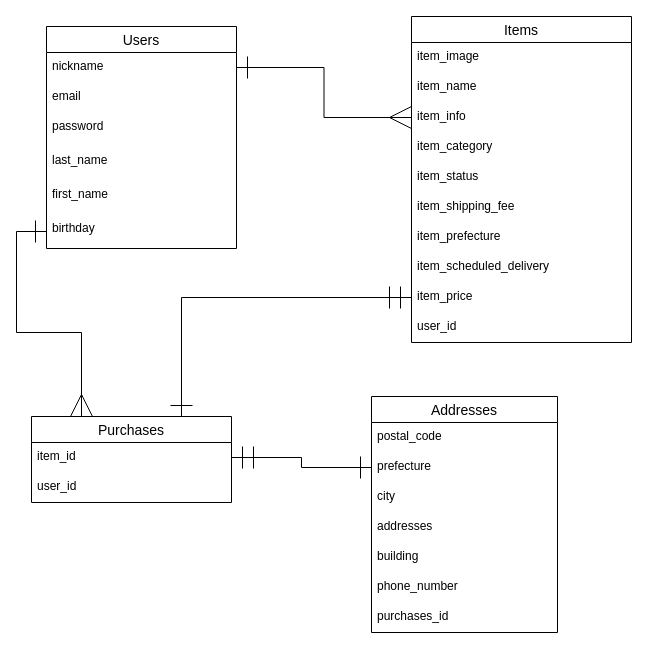
Above: ER.dio in Ryuji-Ichikawa/furima-35547 (draw.io), before the change. Source tidied: cells renumbered, new cells numbered last; positions are measured from the earlier drawing's top-left corner, leaving out a move shared by most shapes. Both pictures are drawn from the tidied source at 100%, with x=0, y=0 at pixel (31, 16).
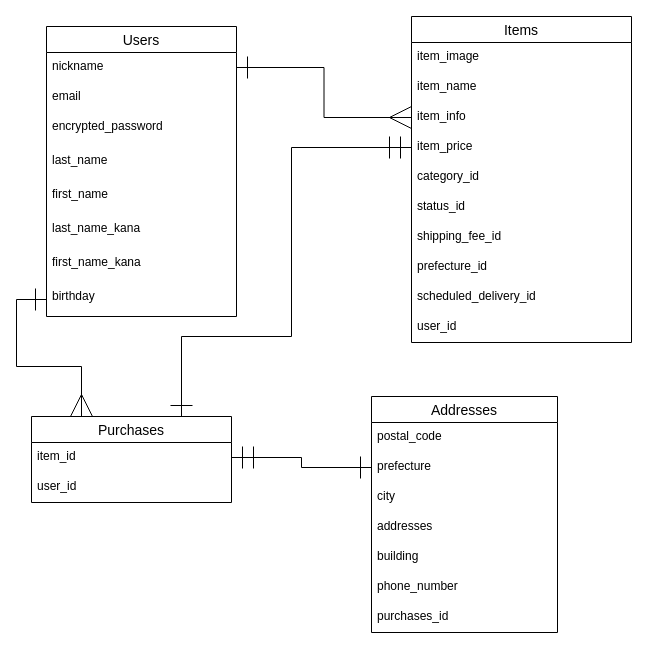
After the change.

Commit message (it also covers changes not shown here):
ER図、DB設計の修正

The change refers to these unchanged cells:
```xml
<mxCell id="9" value="Items" style="swimlane;fontStyle=0;horizontal=1;startSize=26;align=center;fontSize=14;" parent="1" vertex="1">
  <mxGeometry x="380" width="220" height="326" as="geometry" />
</mxCell>
<mxCell id="20" value="Purchases" style="swimlane;fontStyle=0;horizontal=1;startSize=26;align=center;fontSize=14;" parent="1" vertex="1">
  <mxGeometry y="400" width="200" height="86" as="geometry" />
</mxCell>
```

What changed in the source:
```diff
@@
     <mxCell id="2" value="Users" style="swimlane;fontStyle=0;horizontal=1;startSize=26;align=center;fontSize=14;" parent="1" vertex="1">
-      <mxGeometry x="15" y="10" width="190" height="222" as="geometry" />
+      <mxGeometry x="15" y="10" width="190" height="290" as="geometry" />
     </mxCell>
@@
-    <mxCell id="5" value="password" style="text;strokeColor=none;fillColor=none;spacingLeft=4;spacingRight=4;overflow=hidden;fontSize=12;" parent="2" vertex="1">
+    <mxCell id="5" value="encrypted_password" style="text;strokeColor=none;fillColor=none;spacingLeft=4;spacingRight=4;overflow=hidden;fontSize=12;" parent="2" vertex="1">
       <mxGeometry y="86" width="190" height="34" as="geometry" />
     </mxCell>
@@
+    <mxCell id="35" value="last_name_kana" style="text;strokeColor=none;fillColor=none;spacingLeft=4;spacingRight=4;overflow=hidden;fontSize=12;" parent="2" vertex="1">
+      <mxGeometry y="188" width="190" height="34" as="geometry" />
+    </mxCell>
+    <mxCell id="36" value="first_name_kana" style="text;strokeColor=none;fillColor=none;spacingLeft=4;spacingRight=4;overflow=hidden;fontSize=12;" parent="2" vertex="1">
+      <mxGeometry y="222" width="190" height="34" as="geometry" />
+    </mxCell>
     <mxCell id="8" value="birthday" style="text;strokeColor=none;fillColor=none;spacingLeft=4;spacingRight=4;overflow=hidden;points=[[0,0.5],[1,0.5]];portConstraint=eastwest;fontSize=12;" parent="2" vertex="1">
-      <mxGeometry y="188" width="190" height="34" as="geometry" />
+      <mxGeometry y="256" width="190" height="34" as="geometry" />
     </mxCell>
@@
+    <mxCell id="18" value="item_price" style="text;strokeColor=none;fillColor=none;spacingLeft=4;spacingRight=4;overflow=hidden;points=[[0,0.5],[1,0.5]];portConstraint=eastwest;fontSize=12;" parent="9" vertex="1">
+      <mxGeometry y="116" width="220" height="30" as="geometry" />
+    </mxCell>
-    <mxCell id="13" value="item_category" style="text;strokeColor=none;fillColor=none;spacingLeft=4;spacingRight=4;overflow=hidden;fontSize=12;" parent="9" vertex="1">
-      <mxGeometry y="116" width="220" height="30" as="geometry" />
+    <mxCell id="13" value="category_id" style="text;strokeColor=none;fillColor=none;spacingLeft=4;spacingRight=4;overflow=hidden;fontSize=12;" parent="9" vertex="1">
+      <mxGeometry y="146" width="220" height="30" as="geometry" />
     </mxCell>
-    <mxCell id="14" value="item_status" style="text;strokeColor=none;fillColor=none;spacingLeft=4;spacingRight=4;overflow=hidden;fontSize=12;" parent="9" vertex="1">
-      <mxGeometry y="146" width="220" height="30" as="geometry" />
+    <mxCell id="14" value="status_id" style="text;strokeColor=none;fillColor=none;spacingLeft=4;spacingRight=4;overflow=hidden;fontSize=12;" parent="9" vertex="1">
+      <mxGeometry y="176" width="220" height="30" as="geometry" />
     </mxCell>
-    <mxCell id="15" value="item_shipping_fee" style="text;strokeColor=none;fillColor=none;spacingLeft=4;spacingRight=4;overflow=hidden;fontSize=12;" parent="9" vertex="1">
-      <mxGeometry y="176" width="220" height="30" as="geometry" />
+    <mxCell id="15" value="shipping_fee_id" style="text;strokeColor=none;fillColor=none;spacingLeft=4;spacingRight=4;overflow=hidden;fontSize=12;" parent="9" vertex="1">
+      <mxGeometry y="206" width="220" height="30" as="geometry" />
     </mxCell>
-    <mxCell id="16" value="item_prefecture" style="text;strokeColor=none;fillColor=none;spacingLeft=4;spacingRight=4;overflow=hidden;fontSize=12;" parent="9" vertex="1">
-      <mxGeometry y="206" width="220" height="30" as="geometry" />
+    <mxCell id="16" value="prefecture_id" style="text;strokeColor=none;fillColor=none;spacingLeft=4;spacingRight=4;overflow=hidden;fontSize=12;" parent="9" vertex="1">
+      <mxGeometry y="236" width="220" height="30" as="geometry" />
     </mxCell>
-    <mxCell id="17" value="item_scheduled_delivery" style="text;strokeColor=none;fillColor=none;spacingLeft=4;spacingRight=4;overflow=hidden;fontSize=12;" parent="9" vertex="1">
-      <mxGeometry y="236" width="220" height="30" as="geometry" />
+    <mxCell id="17" value="scheduled_delivery_id" style="text;strokeColor=none;fillColor=none;spacingLeft=4;spacingRight=4;overflow=hidden;fontSize=12;" parent="9" vertex="1">
+      <mxGeometry y="266" width="220" height="30" as="geometry" />
     </mxCell>
-    <mxCell id="18" value="item_price" style="text;strokeColor=none;fillColor=none;spacingLeft=4;spacingRight=4;overflow=hidden;points=[[0,0.5],[1,0.5]];portConstraint=eastwest;fontSize=12;" parent="9" vertex="1">
-      <mxGeometry y="266" width="220" height="30" as="geometry" />
-    </mxCell>
@@
     <mxCell id="33" style="edgeStyle=orthogonalEdgeStyle;rounded=0;jettySize=auto;html=1;exitX=0;exitY=0.5;exitDx=0;exitDy=0;entryX=0.75;entryY=0;entryDx=0;entryDy=0;startArrow=ERmandOne;startFill=0;startSize=20;endArrow=ERone;endFill=0;endSize=20;" parent="1" edge="1" source="18" target="20">
-      <mxGeometry relative="1" as="geometry" />
+      <mxGeometry relative="1" as="geometry">
+        <Array as="points">
+          <mxPoint x="260" y="131" />
+          <mxPoint x="260" y="320" />
+          <mxPoint x="150" y="320" />
+        </Array>
+      </mxGeometry>
     </mxCell>
```
